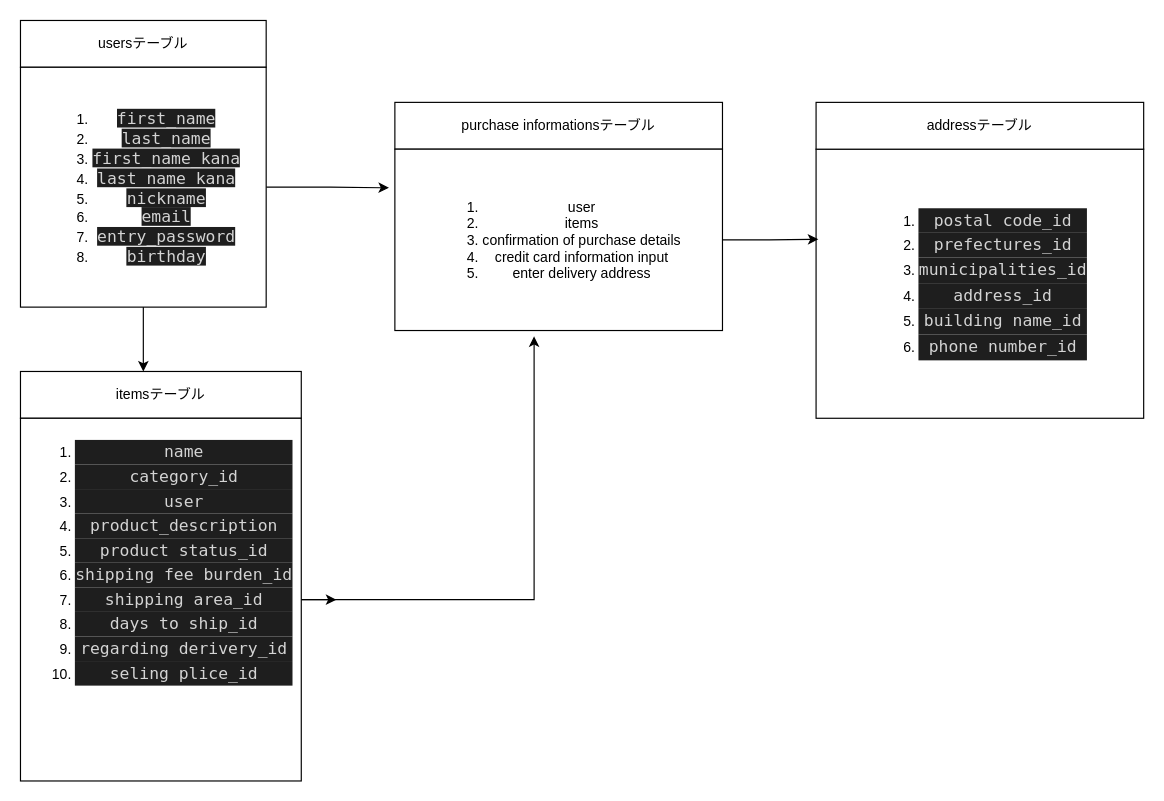
Earlier version of the draw.io diagram test.dio (ma1sa007/furima-31981). Source tidied: cells renumbered, new cells numbered last; positions are measured from the earlier drawing's top-left corner, leaving out a move shared by most shapes. Both pictures are drawn from the tidied source at 117%, with x=0, y=0 at pixel (20, 20).
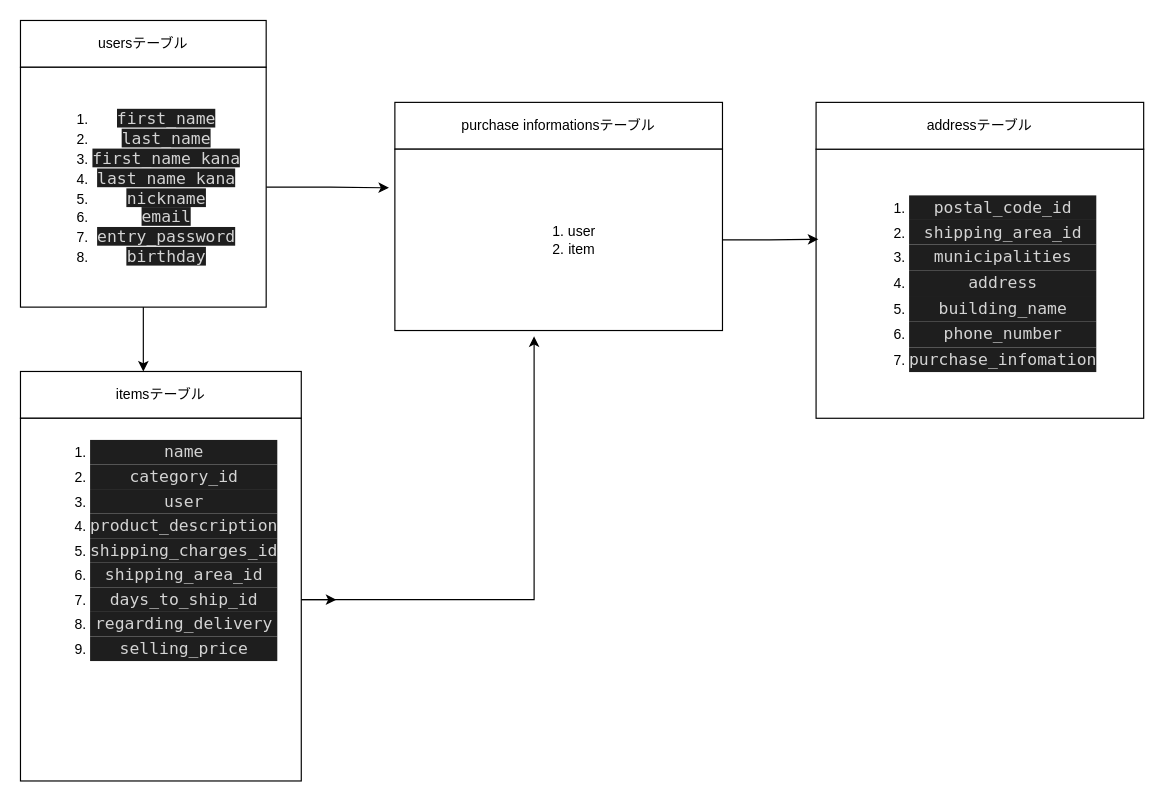
The same diagram, later.

Commit message (it also covers changes not shown here):
テーブル設計14

What changed in the source:
```diff
@@
 <mxGraphModel>
   <root>
     <mxCell id="0" />
     <mxCell id="1" parent="0" />
     <mxCell id="2" style="edgeStyle=orthogonalEdgeStyle;rounded=0;jettySize=auto;html=1;" parent="1" edge="1" source="3" target="6">
       <mxGeometry relative="1" as="geometry" />
     </mxCell>
     <mxCell id="3" value="usersテーブル" style="rounded=0;whiteSpace=wrap;html=1;sketch=0;" parent="1" vertex="1">
       <mxGeometry width="210" height="40" as="geometry" />
     </mxCell>
     <mxCell id="4" style="edgeStyle=orthogonalEdgeStyle;rounded=0;jettySize=auto;html=1;" parent="1" edge="1" source="6">
       <mxGeometry relative="1" as="geometry">
         <mxPoint x="105" y="300" as="targetPoint" />
       </mxGeometry>
     </mxCell>
     <mxCell id="5" style="edgeStyle=orthogonalEdgeStyle;rounded=0;jettySize=auto;html=1;entryX=-0.018;entryY=0.213;entryDx=0;entryDy=0;entryPerimeter=0;" parent="1" edge="1" source="6" target="15">
       <mxGeometry relative="1" as="geometry" />
     </mxCell>
     <mxCell id="6" value="&lt;ol&gt;&lt;li&gt;&lt;font color=&quot;#d4d4d4&quot; face=&quot;ricty diminished, menlo, monaco, courier new, monospace&quot;&gt;&lt;span style=&quot;font-size: 14px ; background-color: rgb(30 , 30 , 30)&quot;&gt;first_name&lt;/span&gt;&lt;/font&gt;&lt;/li&gt;&lt;li&gt;&lt;font color=&quot;#d4d4d4&quot; face=&quot;ricty diminished, menlo, monaco, courier new, monospace&quot;&gt;&lt;span style=&quot;font-size: 14px ; background-color: rgb(30 , 30 , 30)&quot;&gt;last_name&lt;/span&gt;&lt;/font&gt;&lt;/li&gt;&lt;li&gt;&lt;font color=&quot;#d4d4d4&quot; face=&quot;ricty diminished, menlo, monaco, courier new, monospace&quot;&gt;&lt;span style=&quot;font-size: 14px ; background-color: rgb(30 , 30 , 30)&quot;&gt;first_name_kana&lt;/span&gt;&lt;/font&gt;&lt;/li&gt;&lt;li&gt;&lt;font color=&quot;#d4d4d4&quot; face=&quot;ricty diminished, menlo, monaco, courier new, monospace&quot;&gt;&lt;span style=&quot;font-size: 14px ; background-color: rgb(30 , 30 , 30)&quot;&gt;last_name_kana&lt;/span&gt;&lt;/font&gt;&lt;/li&gt;&lt;li&gt;&lt;font color=&quot;#d4d4d4&quot; face=&quot;ricty diminished, menlo, monaco, courier new, monospace&quot;&gt;&lt;span style=&quot;font-size: 14px ; background-color: rgb(30 , 30 , 30)&quot;&gt;nickname&lt;/span&gt;&lt;/font&gt;&lt;/li&gt;&lt;li&gt;&lt;font color=&quot;#d4d4d4&quot; face=&quot;ricty diminished, menlo, monaco, courier new, monospace&quot;&gt;&lt;span style=&quot;font-size: 14px ; background-color: rgb(30 , 30 , 30)&quot;&gt;email&lt;/span&gt;&lt;/font&gt;&lt;/li&gt;&lt;li&gt;&lt;font color=&quot;#d4d4d4&quot; face=&quot;ricty diminished, menlo, monaco, courier new, monospace&quot;&gt;&lt;span style=&quot;font-size: 14px ; background-color: rgb(30 , 30 , 30)&quot;&gt;entry_password&lt;/span&gt;&lt;/font&gt;&lt;/li&gt;&lt;li&gt;&lt;font color=&quot;#d4d4d4&quot; face=&quot;ricty diminished, menlo, monaco, courier new, monospace&quot;&gt;&lt;span style=&quot;font-size: 14px ; background-color: rgb(30 , 30 , 30)&quot;&gt;birthday&lt;/span&gt;&lt;/font&gt;&lt;/li&gt;&lt;/ol&gt;" style="rounded=0;whiteSpace=wrap;html=1;sketch=0;" parent="1" vertex="1">
       <mxGeometry y="40" width="210" height="205" as="geometry" />
     </mxCell>
     <mxCell id="7" value="itemsテーブル" style="rounded=0;whiteSpace=wrap;html=1;sketch=0;" parent="1" vertex="1">
       <mxGeometry y="300" width="240" height="40" as="geometry" />
     </mxCell>
     <mxCell id="8" style="edgeStyle=orthogonalEdgeStyle;rounded=0;jettySize=auto;html=1;" parent="1" edge="1" source="10">
       <mxGeometry relative="1" as="geometry">
         <mxPoint x="270" y="495" as="targetPoint" />
       </mxGeometry>
     </mxCell>
     <mxCell id="9" style="edgeStyle=orthogonalEdgeStyle;rounded=0;jettySize=auto;html=1;entryX=0.425;entryY=1.032;entryDx=0;entryDy=0;entryPerimeter=0;" parent="1" edge="1" source="10" target="15">
       <mxGeometry relative="1" as="geometry" />
     </mxCell>
-    <mxCell id="10" value="&lt;ol&gt;&lt;li&gt;&lt;div style=&quot;color: rgb(212 , 212 , 212) ; background-color: rgb(30 , 30 , 30) ; font-family: &amp;#34;ricty diminished&amp;#34; , &amp;#34;menlo&amp;#34; , &amp;#34;monaco&amp;#34; , &amp;#34;courier new&amp;#34; , monospace ; font-size: 14px ; line-height: 21px&quot;&gt;name&lt;/div&gt;&lt;/li&gt;&lt;li&gt;&lt;div style=&quot;color: rgb(212 , 212 , 212) ; background-color: rgb(30 , 30 , 30) ; font-family: &amp;#34;ricty diminished&amp;#34; , &amp;#34;menlo&amp;#34; , &amp;#34;monaco&amp;#34; , &amp;#34;courier new&amp;#34; , monospace ; font-size: 14px ; line-height: 21px&quot;&gt;category_id&lt;/div&gt;&lt;/li&gt;&lt;li&gt;&lt;div style=&quot;color: rgb(212 , 212 , 212) ; background-color: rgb(30 , 30 , 30) ; font-family: &amp;#34;ricty diminished&amp;#34; , &amp;#34;menlo&amp;#34; , &amp;#34;monaco&amp;#34; , &amp;#34;courier new&amp;#34; , monospace ; font-size: 14px ; line-height: 21px&quot;&gt;user&lt;/div&gt;&lt;/li&gt;&lt;li&gt;&lt;div style=&quot;color: rgb(212 , 212 , 212) ; background-color: rgb(30 , 30 , 30) ; font-family: &amp;#34;ricty diminished&amp;#34; , &amp;#34;menlo&amp;#34; , &amp;#34;monaco&amp;#34; , &amp;#34;courier new&amp;#34; , monospace ; font-size: 14px ; line-height: 21px&quot;&gt;product_description&lt;/div&gt;&lt;/li&gt;&lt;li&gt;&lt;div style=&quot;color: rgb(212 , 212 , 212) ; background-color: rgb(30 , 30 , 30) ; font-family: &amp;#34;ricty diminished&amp;#34; , &amp;#34;menlo&amp;#34; , &amp;#34;monaco&amp;#34; , &amp;#34;courier new&amp;#34; , monospace ; font-size: 14px ; line-height: 21px&quot;&gt;product status_id&lt;/div&gt;&lt;/li&gt;&lt;li&gt;&lt;div style=&quot;color: rgb(212 , 212 , 212) ; background-color: rgb(30 , 30 , 30) ; font-family: &amp;#34;ricty diminished&amp;#34; , &amp;#34;menlo&amp;#34; , &amp;#34;monaco&amp;#34; , &amp;#34;courier new&amp;#34; , monospace ; font-size: 14px ; line-height: 21px&quot;&gt;shipping fee burden_id&lt;/div&gt;&lt;/li&gt;&lt;li&gt;&lt;div style=&quot;color: rgb(212 , 212 , 212) ; background-color: rgb(30 , 30 , 30) ; font-family: &amp;#34;ricty diminished&amp;#34; , &amp;#34;menlo&amp;#34; , &amp;#34;monaco&amp;#34; , &amp;#34;courier new&amp;#34; , monospace ; font-size: 14px ; line-height: 21px&quot;&gt;shipping area_id&lt;/div&gt;&lt;/li&gt;&lt;li&gt;&lt;div style=&quot;color: rgb(212 , 212 , 212) ; background-color: rgb(30 , 30 , 30) ; font-family: &amp;#34;ricty diminished&amp;#34; , &amp;#34;menlo&amp;#34; , &amp;#34;monaco&amp;#34; , &amp;#34;courier new&amp;#34; , monospace ; font-size: 14px ; line-height: 21px&quot;&gt;days to ship_id&lt;/div&gt;&lt;/li&gt;&lt;li&gt;&lt;div style=&quot;color: rgb(212 , 212 , 212) ; background-color: rgb(30 , 30 , 30) ; font-family: &amp;#34;ricty diminished&amp;#34; , &amp;#34;menlo&amp;#34; , &amp;#34;monaco&amp;#34; , &amp;#34;courier new&amp;#34; , monospace ; font-size: 14px ; line-height: 21px&quot;&gt;regarding derivery_id&lt;/div&gt;&lt;/li&gt;&lt;li&gt;&lt;div style=&quot;color: rgb(212 , 212 , 212) ; background-color: rgb(30 , 30 , 30) ; font-family: &amp;#34;ricty diminished&amp;#34; , &amp;#34;menlo&amp;#34; , &amp;#34;monaco&amp;#34; , &amp;#34;courier new&amp;#34; , monospace ; font-size: 14px ; line-height: 21px&quot;&gt;seling plice_id&lt;/div&gt;&lt;/li&gt;&lt;/ol&gt;" style="rounded=0;whiteSpace=wrap;html=1;sketch=0;align=center;verticalAlign=top;" parent="1" vertex="1">
+    <mxCell id="10" value="&lt;ol&gt;&lt;li&gt;&lt;div style=&quot;color: rgb(212 , 212 , 212) ; background-color: rgb(30 , 30 , 30) ; font-family: &amp;#34;ricty diminished&amp;#34; , &amp;#34;menlo&amp;#34; , &amp;#34;monaco&amp;#34; , &amp;#34;courier new&amp;#34; , monospace ; font-size: 14px ; line-height: 21px&quot;&gt;name&lt;/div&gt;&lt;/li&gt;&lt;li&gt;&lt;div style=&quot;color: rgb(212 , 212 , 212) ; background-color: rgb(30 , 30 , 30) ; font-family: &amp;#34;ricty diminished&amp;#34; , &amp;#34;menlo&amp;#34; , &amp;#34;monaco&amp;#34; , &amp;#34;courier new&amp;#34; , monospace ; font-size: 14px ; line-height: 21px&quot;&gt;category_id&lt;/div&gt;&lt;/li&gt;&lt;li&gt;&lt;div style=&quot;color: rgb(212 , 212 , 212) ; background-color: rgb(30 , 30 , 30) ; font-family: &amp;#34;ricty diminished&amp;#34; , &amp;#34;menlo&amp;#34; , &amp;#34;monaco&amp;#34; , &amp;#34;courier new&amp;#34; , monospace ; font-size: 14px ; line-height: 21px&quot;&gt;user&lt;/div&gt;&lt;/li&gt;&lt;li&gt;&lt;div style=&quot;color: rgb(212 , 212 , 212) ; background-color: rgb(30 , 30 , 30) ; font-family: &amp;#34;ricty diminished&amp;#34; , &amp;#34;menlo&amp;#34; , &amp;#34;monaco&amp;#34; , &amp;#34;courier new&amp;#34; , monospace ; font-size: 14px ; line-height: 21px&quot;&gt;&lt;div style=&quot;font-family: &amp;#34;ricty diminished&amp;#34; , &amp;#34;menlo&amp;#34; , &amp;#34;monaco&amp;#34; , &amp;#34;courier new&amp;#34; , monospace ; line-height: 21px&quot;&gt;product_description &lt;/div&gt;&lt;/div&gt;&lt;/li&gt;&lt;li&gt;&lt;div style=&quot;font-family: &amp;#34;ricty diminished&amp;#34; , &amp;#34;menlo&amp;#34; , &amp;#34;monaco&amp;#34; , &amp;#34;courier new&amp;#34; , monospace ; line-height: 21px&quot;&gt;&lt;div style=&quot;color: rgb(212 , 212 , 212) ; background-color: rgb(30 , 30 , 30) ; font-size: 14px ; line-height: 21px&quot;&gt;shipping_charges_id &lt;/div&gt;&lt;/div&gt;&lt;/li&gt;&lt;li&gt;&lt;div style=&quot;color: rgb(212 , 212 , 212) ; background-color: rgb(30 , 30 , 30) ; font-size: 14px ; line-height: 21px&quot;&gt;&lt;div style=&quot;font-family: &amp;#34;ricty diminished&amp;#34; , &amp;#34;menlo&amp;#34; , &amp;#34;monaco&amp;#34; , &amp;#34;courier new&amp;#34; , monospace ; line-height: 21px&quot;&gt;shipping_area_id&lt;/div&gt;&lt;/div&gt;&lt;/li&gt;&lt;li&gt;&lt;div style=&quot;font-family: &amp;#34;ricty diminished&amp;#34; , &amp;#34;menlo&amp;#34; , &amp;#34;monaco&amp;#34; , &amp;#34;courier new&amp;#34; , monospace ; line-height: 21px&quot;&gt;&lt;div style=&quot;color: rgb(212 , 212 , 212) ; background-color: rgb(30 , 30 , 30) ; font-size: 14px ; line-height: 21px&quot;&gt;days_to_ship_id&lt;/div&gt;&lt;/div&gt;&lt;/li&gt;&lt;li&gt;&lt;div style=&quot;color: rgb(212 , 212 , 212) ; background-color: rgb(30 , 30 , 30) ; font-size: 14px ; line-height: 21px&quot;&gt;&lt;div style=&quot;font-family: &amp;#34;ricty diminished&amp;#34; , &amp;#34;menlo&amp;#34; , &amp;#34;monaco&amp;#34; , &amp;#34;courier new&amp;#34; , monospace ; line-height: 21px&quot;&gt;regarding_delivery&lt;/div&gt;&lt;/div&gt;&lt;/li&gt;&lt;li&gt;&lt;div style=&quot;font-family: &amp;#34;ricty diminished&amp;#34; , &amp;#34;menlo&amp;#34; , &amp;#34;monaco&amp;#34; , &amp;#34;courier new&amp;#34; , monospace ; line-height: 21px&quot;&gt;&lt;div style=&quot;color: rgb(212 , 212 , 212) ; background-color: rgb(30 , 30 , 30) ; font-size: 14px ; line-height: 21px&quot;&gt;selling_price&lt;/div&gt;&lt;/div&gt;&lt;/li&gt;&lt;/ol&gt;" style="rounded=0;whiteSpace=wrap;html=1;sketch=0;align=center;verticalAlign=top;" parent="1" vertex="1">
       <mxGeometry y="340" width="240" height="310" as="geometry" />
     </mxCell>
-    <mxCell id="11" value="&lt;ol&gt;&lt;li&gt;&lt;div style=&quot;color: rgb(212 , 212 , 212) ; background-color: rgb(30 , 30 , 30) ; font-family: &amp;#34;ricty diminished&amp;#34; , &amp;#34;menlo&amp;#34; , &amp;#34;monaco&amp;#34; , &amp;#34;courier new&amp;#34; , monospace ; font-size: 14px ; line-height: 21px&quot;&gt;postal code_id&lt;/div&gt;&lt;/li&gt;&lt;li&gt;&lt;div style=&quot;color: rgb(212 , 212 , 212) ; background-color: rgb(30 , 30 , 30) ; font-family: &amp;#34;ricty diminished&amp;#34; , &amp;#34;menlo&amp;#34; , &amp;#34;monaco&amp;#34; , &amp;#34;courier new&amp;#34; , monospace ; font-size: 14px ; line-height: 21px&quot;&gt;prefectures_id&lt;/div&gt;&lt;/li&gt;&lt;li&gt;&lt;div style=&quot;background-color: rgb(30 , 30 , 30) ; line-height: 21px&quot;&gt;&lt;font color=&quot;#d4d4d4&quot; face=&quot;ricty diminished, menlo, monaco, courier new, monospace&quot;&gt;&lt;span style=&quot;font-size: 14px&quot;&gt;municipalities_id&lt;/span&gt;&lt;/font&gt;&lt;br&gt;&lt;/div&gt;&lt;/li&gt;&lt;li&gt;&lt;div style=&quot;background-color: rgb(30 , 30 , 30) ; line-height: 21px&quot;&gt;&lt;font color=&quot;#d4d4d4&quot; face=&quot;ricty diminished, menlo, monaco, courier new, monospace&quot;&gt;&lt;span style=&quot;font-size: 14px&quot;&gt;address_id&lt;/span&gt;&lt;br&gt;&lt;/font&gt;&lt;/div&gt;&lt;/li&gt;&lt;li&gt;&lt;div style=&quot;background-color: rgb(30 , 30 , 30) ; line-height: 21px&quot;&gt;&lt;font color=&quot;#d4d4d4&quot; face=&quot;ricty diminished, menlo, monaco, courier new, monospace&quot;&gt;&lt;span style=&quot;font-size: 14px&quot;&gt;building name_id&lt;/span&gt;&lt;br&gt;&lt;/font&gt;&lt;/div&gt;&lt;/li&gt;&lt;li&gt;&lt;div style=&quot;background-color: rgb(30 , 30 , 30) ; line-height: 21px&quot;&gt;&lt;font color=&quot;#d4d4d4&quot; face=&quot;ricty diminished, menlo, monaco, courier new, monospace&quot;&gt;&lt;span style=&quot;font-size: 14px&quot;&gt;phone number_id&lt;/span&gt;&lt;br&gt;&lt;/font&gt;&lt;/div&gt;&lt;/li&gt;&lt;/ol&gt;" style="rounded=0;whiteSpace=wrap;html=1;sketch=0;align=center;labelPosition=center;verticalLabelPosition=middle;verticalAlign=middle;" parent="1" vertex="1">
+    <mxCell id="11" value="&lt;ol&gt;&lt;li&gt;&lt;div style=&quot;color: rgb(212 , 212 , 212) ; background-color: rgb(30 , 30 , 30) ; font-family: &amp;#34;ricty diminished&amp;#34; , &amp;#34;menlo&amp;#34; , &amp;#34;monaco&amp;#34; , &amp;#34;courier new&amp;#34; , monospace ; font-size: 14px ; line-height: 21px&quot;&gt;postal_code_id&lt;/div&gt;&lt;/li&gt;&lt;li&gt;&lt;div style=&quot;color: rgb(212 , 212 , 212) ; background-color: rgb(30 , 30 , 30) ; font-family: &amp;#34;ricty diminished&amp;#34; , &amp;#34;menlo&amp;#34; , &amp;#34;monaco&amp;#34; , &amp;#34;courier new&amp;#34; , monospace ; font-size: 14px ; line-height: 21px&quot;&gt;&lt;div style=&quot;font-family: &amp;#34;ricty diminished&amp;#34; , &amp;#34;menlo&amp;#34; , &amp;#34;monaco&amp;#34; , &amp;#34;courier new&amp;#34; , monospace ; line-height: 21px&quot;&gt;shipping_area_id&lt;/div&gt;&lt;/div&gt;&lt;/li&gt;&lt;li&gt;&lt;div style=&quot;background-color: rgb(30 , 30 , 30) ; line-height: 21px&quot;&gt;&lt;font color=&quot;#d4d4d4&quot; face=&quot;ricty diminished, menlo, monaco, courier new, monospace&quot;&gt;&lt;span style=&quot;font-size: 14px&quot;&gt;municipalities&lt;/span&gt;&lt;/font&gt;&lt;br&gt;&lt;/div&gt;&lt;/li&gt;&lt;li&gt;&lt;div style=&quot;background-color: rgb(30 , 30 , 30) ; line-height: 21px&quot;&gt;&lt;font color=&quot;#d4d4d4&quot; face=&quot;ricty diminished, menlo, monaco, courier new, monospace&quot;&gt;&lt;span style=&quot;font-size: 14px&quot;&gt;address&lt;/span&gt;&lt;br&gt;&lt;/font&gt;&lt;/div&gt;&lt;/li&gt;&lt;li&gt;&lt;div style=&quot;background-color: rgb(30 , 30 , 30) ; line-height: 21px&quot;&gt;&lt;font color=&quot;#d4d4d4&quot; face=&quot;ricty diminished, menlo, monaco, courier new, monospace&quot;&gt;&lt;span style=&quot;font-size: 14px&quot;&gt;building_name&lt;/span&gt;&lt;br&gt;&lt;/font&gt;&lt;/div&gt;&lt;/li&gt;&lt;li&gt;&lt;div style=&quot;background-color: rgb(30 , 30 , 30) ; line-height: 21px&quot;&gt;&lt;font color=&quot;#d4d4d4&quot; face=&quot;ricty diminished, menlo, monaco, courier new, monospace&quot;&gt;&lt;span style=&quot;font-size: 14px&quot;&gt;phone_number&lt;/span&gt;&lt;br&gt;&lt;/font&gt;&lt;/div&gt;&lt;/li&gt;&lt;li&gt;&lt;div style=&quot;background-color: rgb(30 , 30 , 30) ; line-height: 21px&quot;&gt;&lt;font color=&quot;#d4d4d4&quot; face=&quot;ricty diminished, menlo, monaco, courier new, monospace&quot;&gt;&lt;span style=&quot;font-size: 14px&quot;&gt;&lt;div style=&quot;font-family: &amp;#34;ricty diminished&amp;#34; , &amp;#34;menlo&amp;#34; , &amp;#34;monaco&amp;#34; , &amp;#34;courier new&amp;#34; , monospace ; line-height: 21px&quot;&gt;purchase_infomation &lt;/div&gt;&lt;/span&gt;&lt;/font&gt;&lt;/div&gt;&lt;/li&gt;&lt;/ol&gt;" style="rounded=0;whiteSpace=wrap;html=1;sketch=0;align=center;labelPosition=center;verticalLabelPosition=middle;verticalAlign=middle;" parent="1" vertex="1">
       <mxGeometry x="680" y="110" width="280" height="230" as="geometry" />
     </mxCell>
     <mxCell id="12" value="addressテーブル" style="whiteSpace=wrap;html=1;rounded=0;sketch=0;align=center;" parent="1" vertex="1">
       <mxGeometry x="680" y="70" width="280" height="40" as="geometry" />
     </mxCell>
     <mxCell id="13" value="purchase informationsテーブル" style="whiteSpace=wrap;html=1;" parent="1" vertex="1">
       <mxGeometry x="320" y="70" width="280" height="40" as="geometry" />
     </mxCell>
     <mxCell id="14" style="edgeStyle=orthogonalEdgeStyle;rounded=0;jettySize=auto;html=1;entryX=0.007;entryY=0.335;entryDx=0;entryDy=0;entryPerimeter=0;" parent="1" edge="1" source="15" target="11">
       <mxGeometry relative="1" as="geometry" />
     </mxCell>
-    <mxCell id="15" value="&lt;ol&gt;&lt;li&gt;user&lt;/li&gt;&lt;li&gt;items&lt;/li&gt;&lt;li&gt;confirmation of purchase details&lt;br&gt;&lt;/li&gt;&lt;li&gt;credit card information input&lt;br&gt;&lt;/li&gt;&lt;li&gt;enter delivery address&lt;br&gt;&lt;/li&gt;&lt;/ol&gt;" style="whiteSpace=wrap;html=1;" parent="1" vertex="1">
+    <mxCell id="15" value="&lt;ol&gt;&lt;li&gt;user&lt;/li&gt;&lt;li&gt;item&lt;/li&gt;&lt;/ol&gt;" style="whiteSpace=wrap;html=1;" parent="1" vertex="1">
       <mxGeometry x="320" y="110" width="280" height="155" as="geometry" />
     </mxCell>
   </root>
 </mxGraphModel>
```
